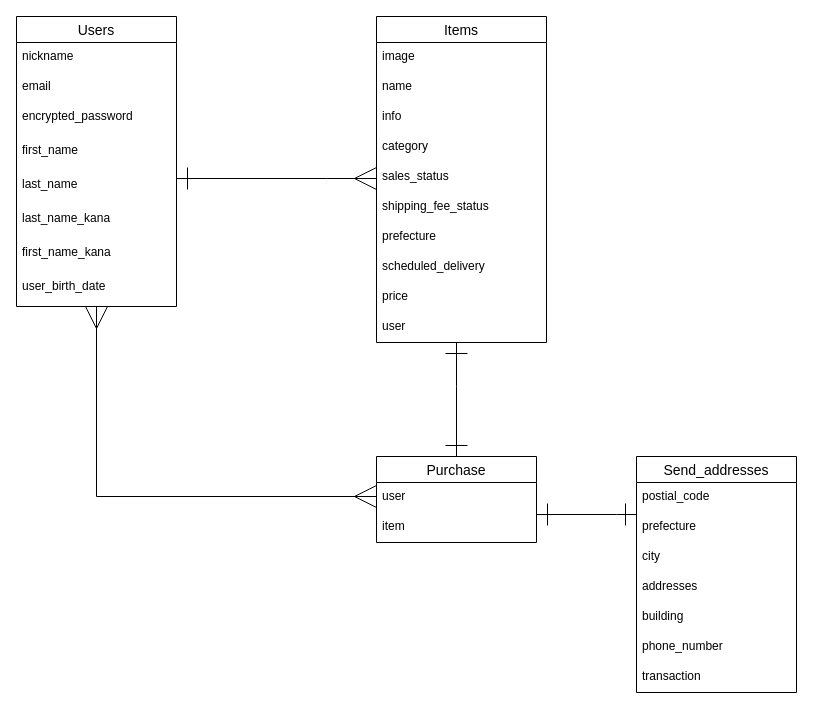
TsunokakeTaiki/furima-31694 keeps this draw.io diagram as furima.dio. Above is the earlier version. Source tidied: cells renumbered, new cells numbered last; positions are measured from the earlier drawing's top-left corner, leaving out a move shared by most shapes. Both pictures are drawn from the tidied source at 100%, with x=0, y=0 at pixel (16, 16).
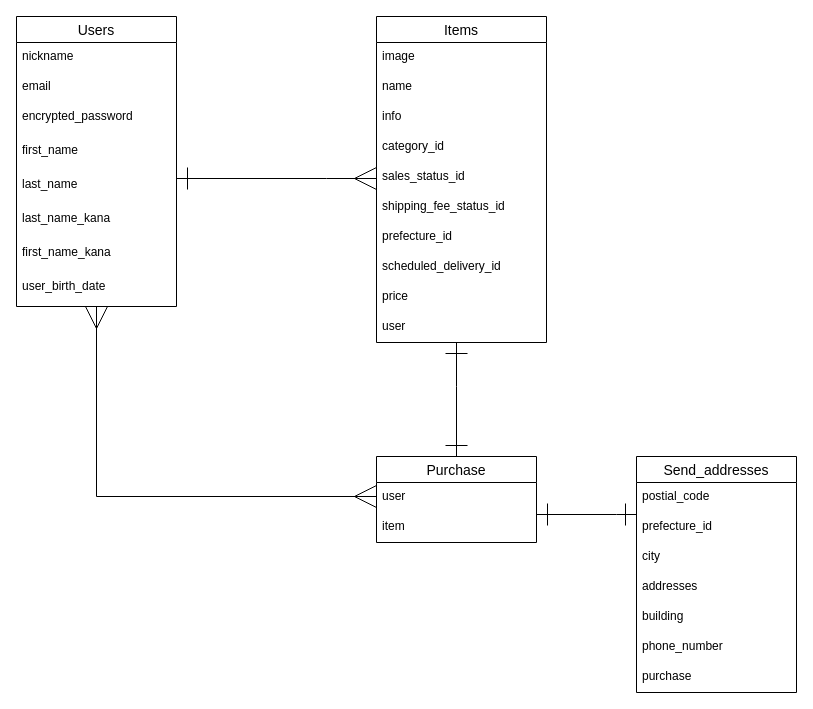
Above is the later version.

Commit message:
ER図の古いテーブル名の修正

The change refers to these unchanged cells:
```xml
<mxCell id="8" value="Items" style="swimlane;fontStyle=0;horizontal=1;startSize=26;align=center;fontSize=14;" parent="1" vertex="1">
  <mxGeometry x="360" width="170" height="326" as="geometry" />
</mxCell>
<mxCell id="29" value="Send_addresses" style="swimlane;fontStyle=0;horizontal=1;startSize=26;align=center;fontSize=14;" parent="1" vertex="1">
  <mxGeometry x="620" y="440" width="160" height="236" as="geometry" />
</mxCell>
```

The edit, as a diff of the source:
```diff
@@
-    <mxCell id="12" value="category" style="text;strokeColor=none;fillColor=none;spacingLeft=4;spacingRight=4;overflow=hidden;fontSize=12;" parent="8" vertex="1">
+    <mxCell id="12" value="category_id" style="text;strokeColor=none;fillColor=none;spacingLeft=4;spacingRight=4;overflow=hidden;fontSize=12;" parent="8" vertex="1">
       <mxGeometry y="116" width="170" height="30" as="geometry" />
     </mxCell>
-    <mxCell id="13" value="sales_status" style="text;strokeColor=none;fillColor=none;spacingLeft=4;spacingRight=4;overflow=hidden;fontSize=12;" parent="8" vertex="1">
+    <mxCell id="13" value="sales_status_id" style="text;strokeColor=none;fillColor=none;spacingLeft=4;spacingRight=4;overflow=hidden;fontSize=12;" parent="8" vertex="1">
       <mxGeometry y="146" width="170" height="30" as="geometry" />
     </mxCell>
-    <mxCell id="14" value="shipping_fee_status" style="text;strokeColor=none;fillColor=none;spacingLeft=4;spacingRight=4;overflow=hidden;fontSize=12;" parent="8" vertex="1">
+    <mxCell id="14" value="shipping_fee_status_id" style="text;strokeColor=none;fillColor=none;spacingLeft=4;spacingRight=4;overflow=hidden;fontSize=12;" parent="8" vertex="1">
       <mxGeometry y="176" width="170" height="30" as="geometry" />
     </mxCell>
-    <mxCell id="15" value="prefecture" style="text;strokeColor=none;fillColor=none;spacingLeft=4;spacingRight=4;overflow=hidden;fontSize=12;" parent="8" vertex="1">
+    <mxCell id="15" value="prefecture_id" style="text;strokeColor=none;fillColor=none;spacingLeft=4;spacingRight=4;overflow=hidden;fontSize=12;" parent="8" vertex="1">
       <mxGeometry y="206" width="170" height="30" as="geometry" />
     </mxCell>
-    <mxCell id="16" value="scheduled_delivery" style="text;strokeColor=none;fillColor=none;spacingLeft=4;spacingRight=4;overflow=hidden;fontSize=12;" parent="8" vertex="1">
+    <mxCell id="16" value="scheduled_delivery_id" style="text;strokeColor=none;fillColor=none;spacingLeft=4;spacingRight=4;overflow=hidden;fontSize=12;" parent="8" vertex="1">
       <mxGeometry y="236" width="170" height="30" as="geometry" />
     </mxCell>
@@
-    <mxCell id="31" value="prefecture" style="text;strokeColor=none;fillColor=none;spacingLeft=4;spacingRight=4;overflow=hidden;fontSize=12;" parent="29" vertex="1">
+    <mxCell id="31" value="prefecture_id" style="text;strokeColor=none;fillColor=none;spacingLeft=4;spacingRight=4;overflow=hidden;fontSize=12;" parent="29" vertex="1">
       <mxGeometry y="56" width="160" height="30" as="geometry" />
     </mxCell>
@@
-    <mxCell id="36" value="transaction" style="text;strokeColor=none;fillColor=none;spacingLeft=4;spacingRight=4;overflow=hidden;fontSize=12;" parent="29" vertex="1">
+    <mxCell id="36" value="purchase" style="text;strokeColor=none;fillColor=none;spacingLeft=4;spacingRight=4;overflow=hidden;fontSize=12;" parent="29" vertex="1">
       <mxGeometry y="206" width="160" height="30" as="geometry" />
     </mxCell>
```
